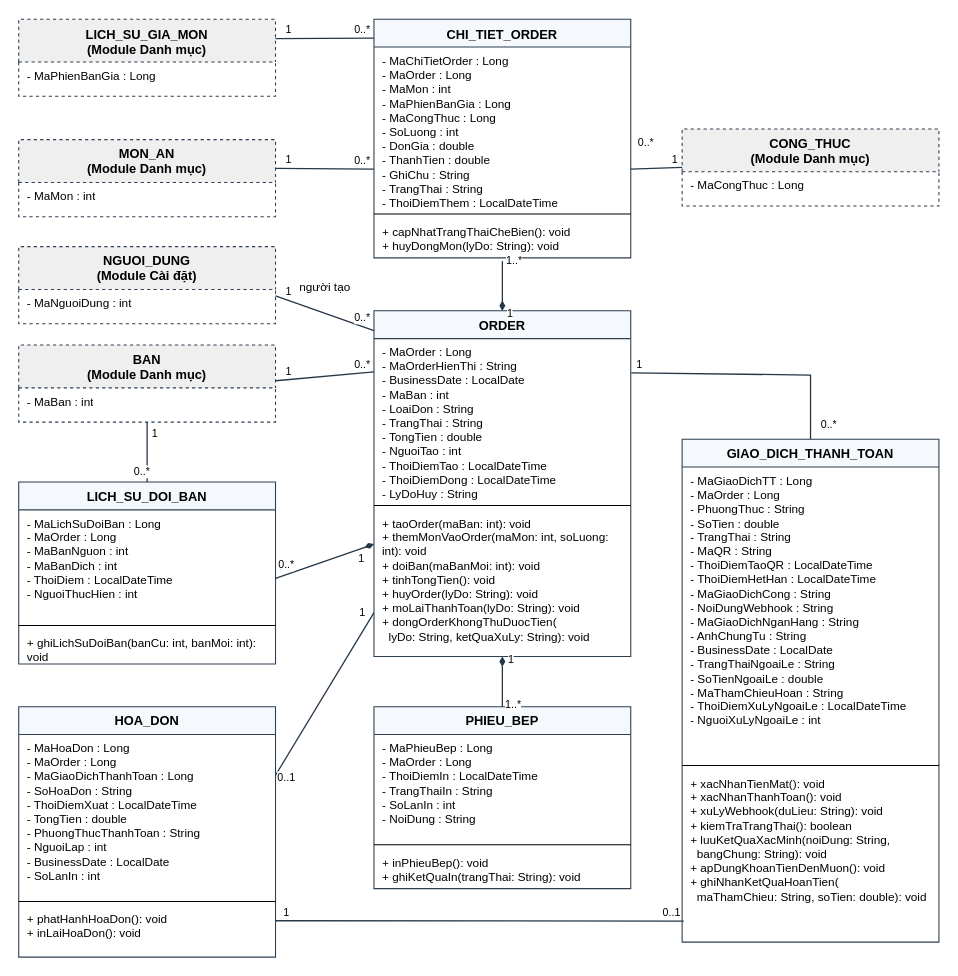
Above: page "Quan ly ban hang" (3 of 17) of docs/So_do/ClassDiagram_HeThongQuanLyNhaHang.drawio in nminhzzz/restaurant-management-ai (draw.io), before the change. Source tidied: cells renumbered, new cells numbered last; positions are measured from the earlier drawing's top-left corner, leaving out a move shared by most shapes. Both pictures are drawn from the tidied source at 107%, with x=0, y=0 at pixel (18, 19).
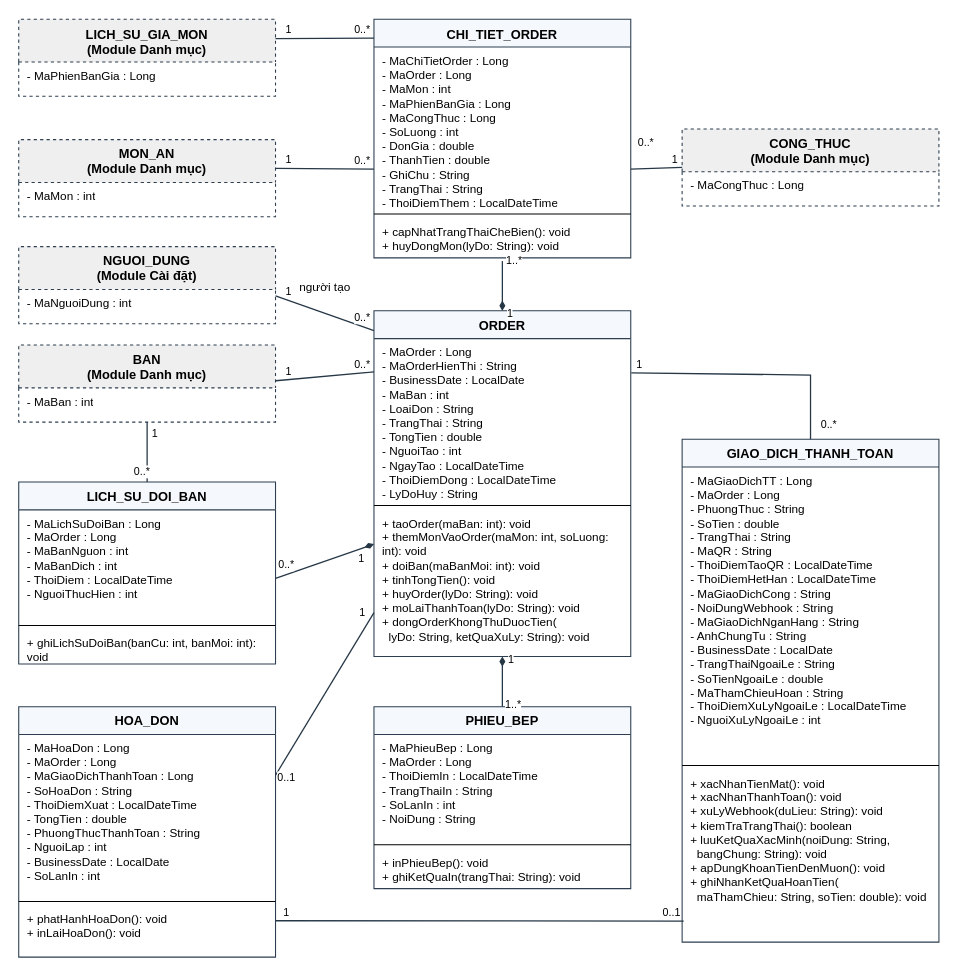
After the change.

Unchanged cells that the change refers to:
```xml
<mxCell id="8" value="ORDER" style="swimlane;fontStyle=1;align=center;verticalAlign=top;horizontal=1;startSize=26;whiteSpace=wrap;html=1;fillColor=#F5F8FC;strokeColor=#2C3E50;dashed=0;fontSize=12;" parent="1" vertex="1">
  <mxGeometry x="332" y="272" width="240" height="323" as="geometry" />
</mxCell>
```

Diff of the diagram source:
```diff
@@
-    <mxCell id="9" value="- MaOrder : Long&lt;br&gt;- MaOrderHienThi : String&lt;br&gt;- BusinessDate : LocalDate&lt;br&gt;- MaBan : int&lt;br&gt;- LoaiDon : String&lt;br&gt;- TrangThai : String&lt;br&gt;- TongTien : double&lt;br&gt;- NguoiTao : int&lt;br&gt;- ThoiDiemTao : LocalDateTime&lt;br&gt;- ThoiDiemDong : LocalDateTime&lt;br&gt;- LyDoHuy : String" style="text;align=left;verticalAlign=top;spacingLeft=6;spacingRight=4;overflow=hidden;whiteSpace=wrap;html=1;fontSize=11;" parent="8" vertex="1">
+    <mxCell id="9" value="- MaOrder : Long&lt;br&gt;- MaOrderHienThi : String&lt;br&gt;- BusinessDate : LocalDate&lt;br&gt;- MaBan : int&lt;br&gt;- LoaiDon : String&lt;br&gt;- TrangThai : String&lt;br&gt;- TongTien : double&lt;br&gt;- NguoiTao : int&lt;br&gt;- NgayTao : LocalDateTime&lt;br&gt;- ThoiDiemDong : LocalDateTime&lt;br&gt;- LyDoHuy : String" style="text;align=left;verticalAlign=top;spacingLeft=6;spacingRight=4;overflow=hidden;whiteSpace=wrap;html=1;fontSize=11;" parent="8" vertex="1">
       <mxGeometry y="26" width="240" height="152" as="geometry" />
     </mxCell>
```
